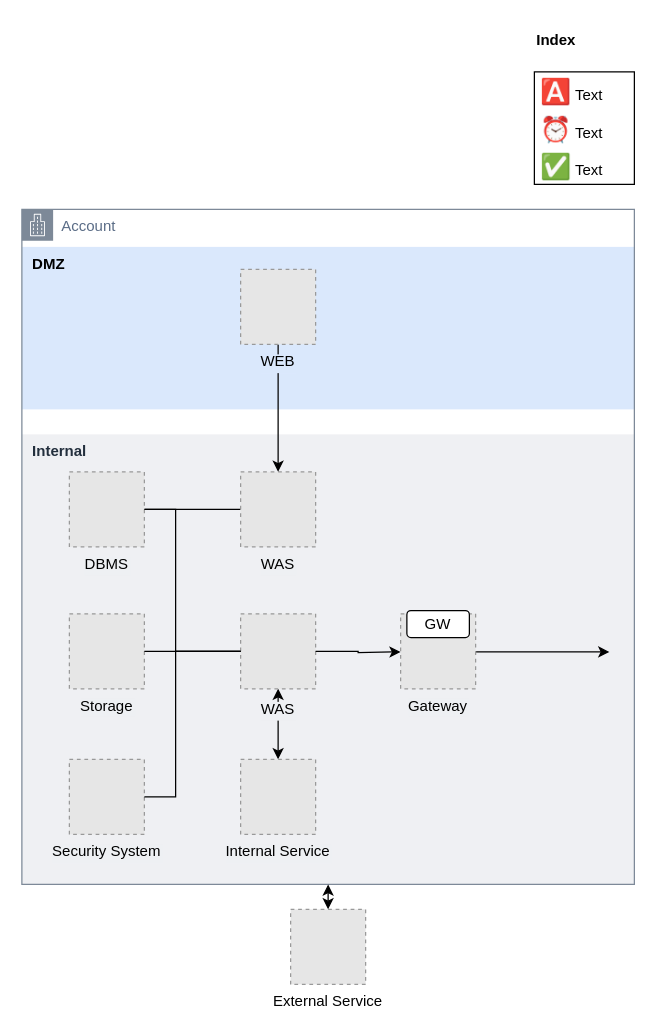
gilbertlim/drawio2pptx keeps this draw.io diagram as examples/sample.drawio. Above is the earlier version. Source tidied: cells renumbered, new cells numbered last; positions are measured from the earlier drawing's top-left corner, leaving out a move shared by most shapes. Both pictures are drawn from the tidied source at 125%, with x=0, y=0 at pixel (21, 21). Pictures stored in the file or linked from it are replaced by grey dashed boxes.
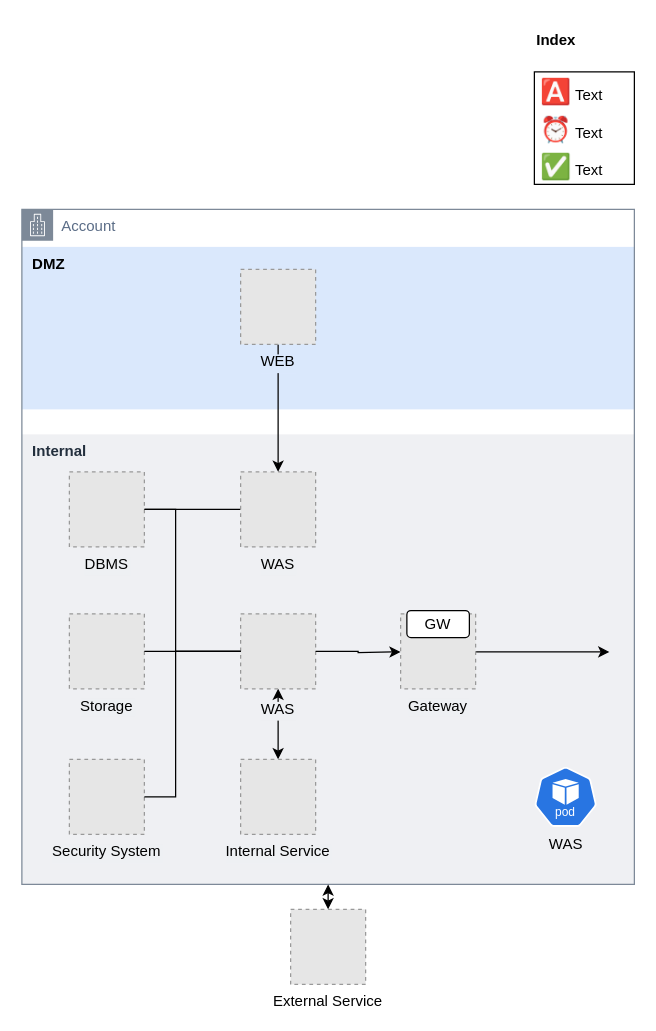
After the change.

The edit, as a diff of the source:
```diff
@@
+    <mxCell id="29" value="WAS" style="sketch=0;html=1;dashed=0;whitespace=wrap;verticalLabelPosition=bottom;verticalAlign=top;fillColor=#2875E2;strokeColor=#ffffff;shape=mxgraph.kubernetes.icon2;kubernetesLabel=1;prIcon=pod;labelBackgroundColor=none;" parent="1" vertex="1">
+      <mxGeometry x="410" y="596" width="50" height="48" as="geometry" />
+    </mxCell>
```
